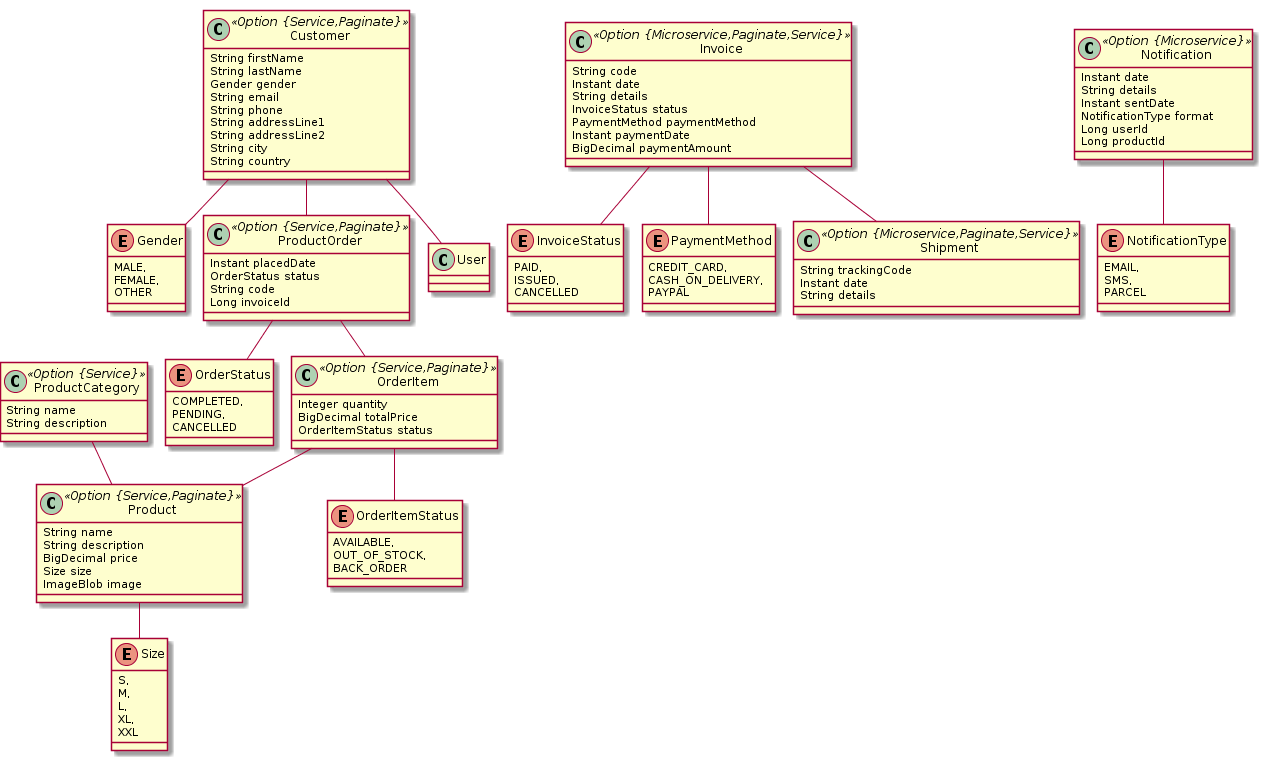
Above: app.png in xebialabs/e-commerce-microservice (PlantUML), before the change.
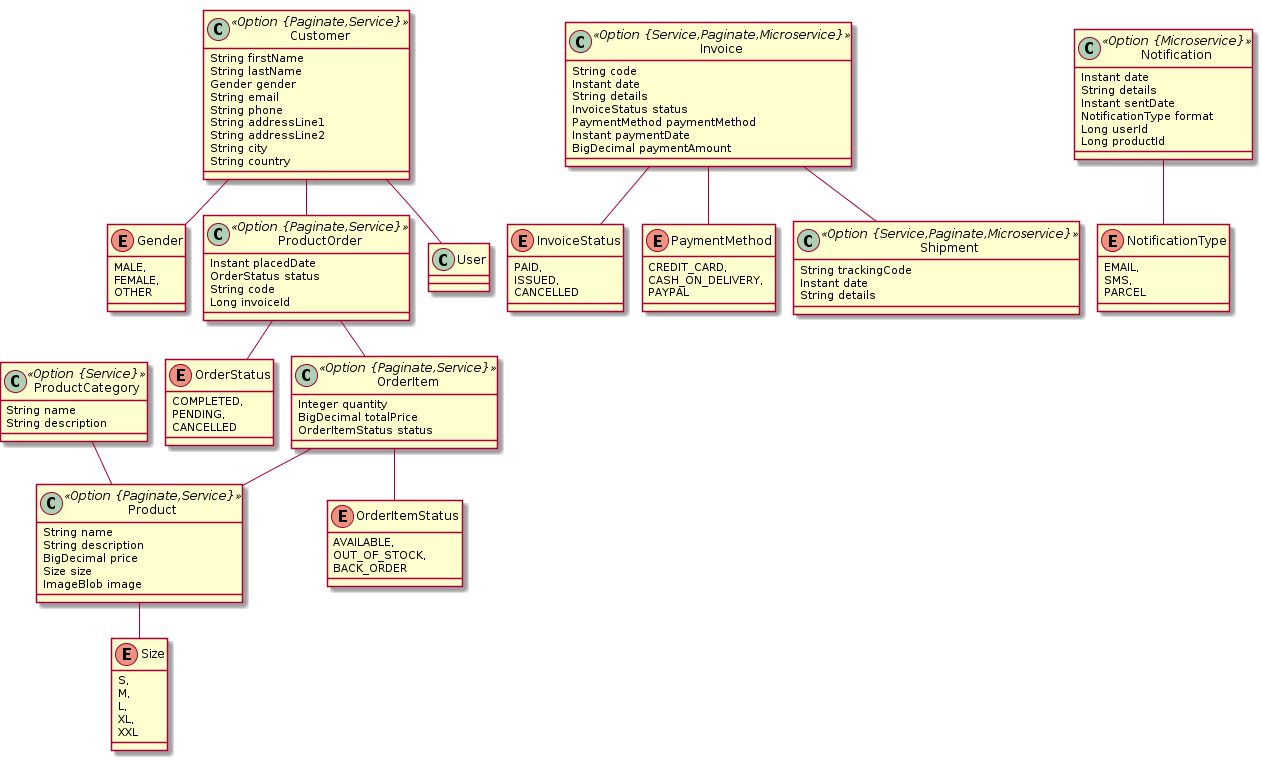
The same diagram one commit later.

The edit, as a diff of the source:
```diff
@@ -1,7 +1,7 @@
 @startuml
 	!pragma graphviz_dot jdot
 	!pragma syntax class
-	class Product <<Option {Service,Paginate}>> {
+	class Product <<Option {Paginate,Service}>> {
 		String name
 		String description
 		BigDecimal price
@@ -20,7 +20,7 @@
 		String name
 		String description
 	}
-	class Customer <<Option {Service,Paginate}>> {
+	class Customer <<Option {Paginate,Service}>> {
 		String firstName
 		String lastName
 		Gender gender
@@ -37,7 +37,7 @@
 		FEMALE,
 		OTHER
 	}
-	class ProductOrder <<Option {Service,Paginate}>> {
+	class ProductOrder <<Option {Paginate,Service}>> {
 		Instant placedDate
 		OrderStatus status
 		String code
@@ -49,7 +49,7 @@
 		PENDING,
 		CANCELLED
 	}
-	class OrderItem <<Option {Service,Paginate}>> {
+	class OrderItem <<Option {Paginate,Service}>> {
 		Integer quantity
 		BigDecimal totalPrice
 		OrderItemStatus status
@@ -65,7 +65,7 @@
 	Customer  "order 0..1 " --o "customer(email)  1..* "  ProductOrder
 	ProductOrder  "orderItem 0..1 " --o "order(code)  1..* "  OrderItem
 	ProductCategory  "product 0..1 " --o "productCategory(name) 0..* "  Product
-	class Invoice <<Option {Microservice,Paginate,Service}>> {
+	class Invoice <<Option {Service,Paginate,Microservice}>> {
 		String code
 		Instant date
 		String details
@@ -81,7 +81,7 @@
 		ISSUED,
 		CANCELLED
 	}
-	class Shipment <<Option {Microservice,Paginate,Service}>> {
+	class Shipment <<Option {Service,Paginate,Microservice}>> {
 		String trackingCode
 		Instant date
 		String details
```
